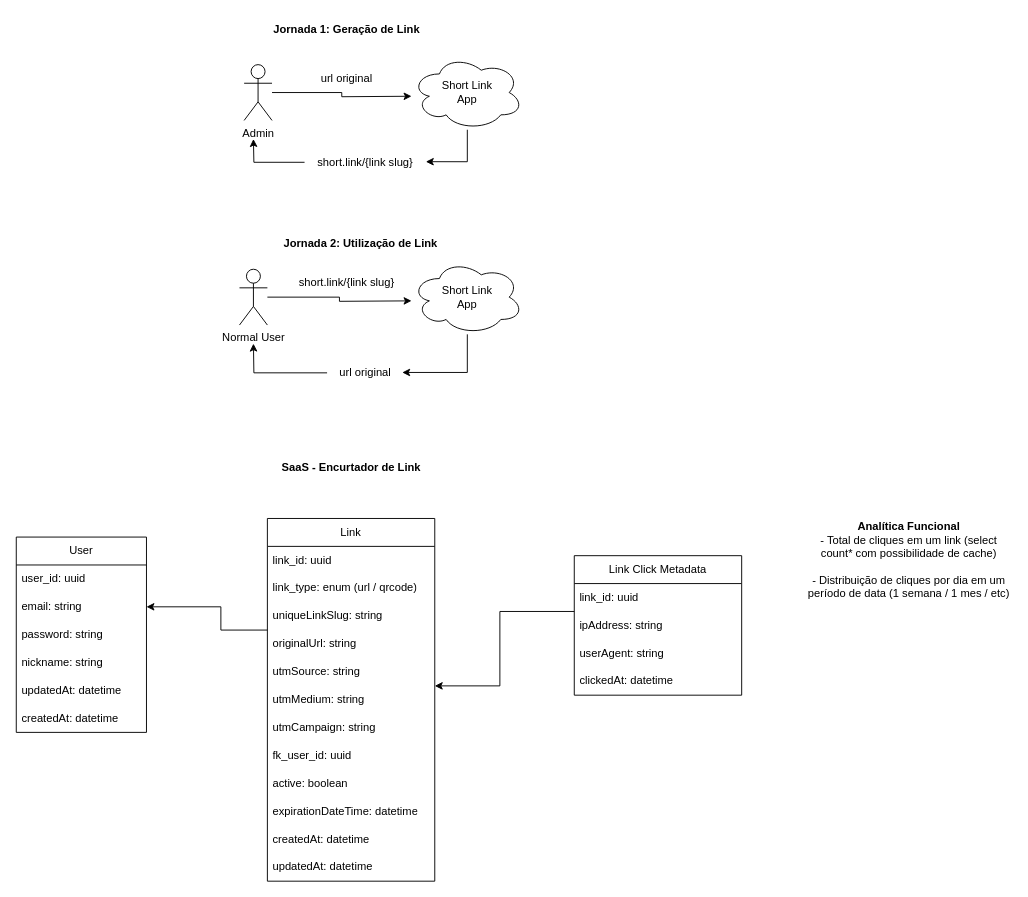
The draw.io diagram page "Entities" (1 of 3) of diagrama.drawio in buildrun-tech/buildrun-encurtador-link-fbr, before the edit. Source tidied: cells renumbered, new cells numbered last; positions are measured from the earlier drawing's top-left corner, leaving out a move shared by most shapes. Both pictures are drawn from the tidied source at 93%, with x=0, y=0 at pixel (16, 16).
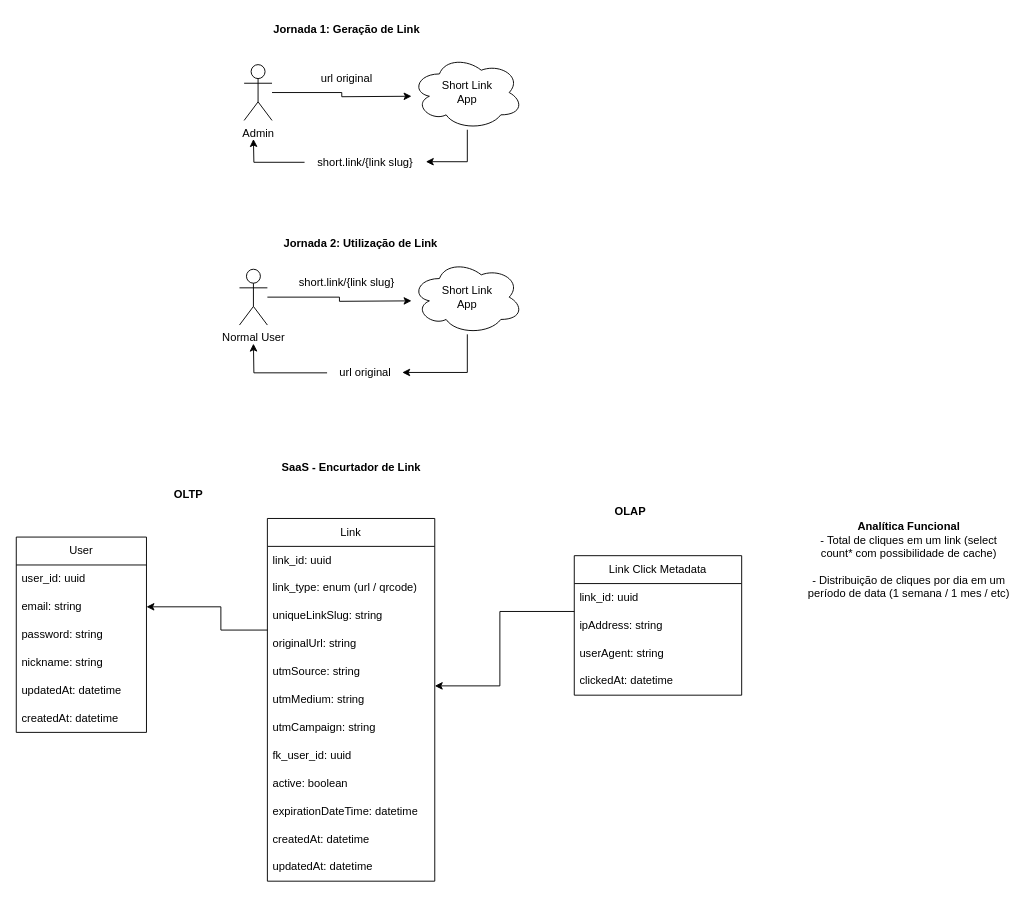
The same diagram, later.

Diff of the diagram source:
```diff
@@
+    <mxCell id="47" value="&lt;b&gt;OLTP&lt;/b&gt;" style="text;html=1;align=center;verticalAlign=middle;strokeColor=none;fillColor=none;" parent="1" vertex="1">
+      <mxGeometry x="160" y="500" width="50" height="30" as="geometry" />
+    </mxCell>
+    <mxCell id="48" value="OLAP" style="text;html=1;align=center;verticalAlign=middle;strokeColor=none;fillColor=none;fontStyle=1;" parent="1" vertex="1">
+      <mxGeometry x="630" y="518" width="60" height="30" as="geometry" />
+    </mxCell>
```
